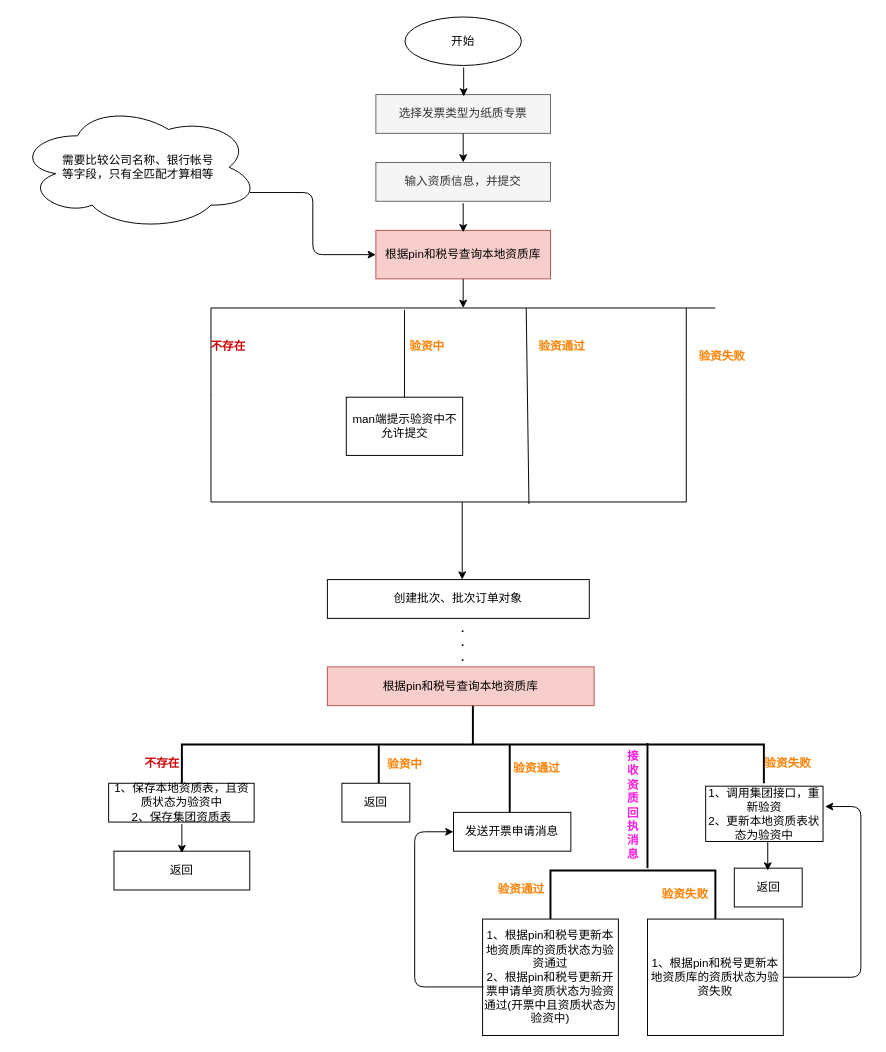
Above: C票验资逻辑.drawio in baiymfkese/doc (draw.io), before the change. Source tidied: cells renumbered, new cells numbered last; positions are measured from the earlier drawing's top-left corner, leaving out a move shared by most shapes. Both pictures are drawn from the tidied source at 97%, with x=0, y=0 at pixel (16, 16).
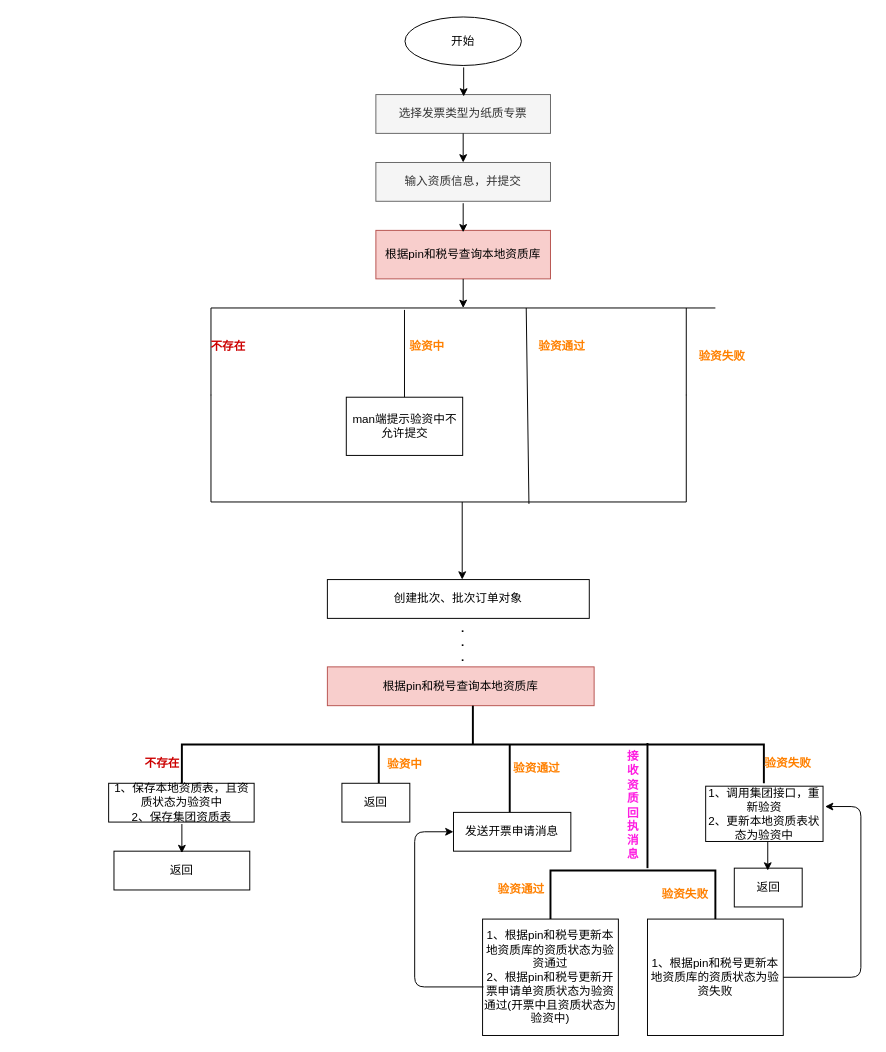
The same page after the edit.

Commit message (it also covers changes not shown here):
Update C票验资逻辑.drawio

The change refers to these unchanged cells:
```xml
<mxCell id="5" value="根据pin和税号查询本地资质库" style="rounded=0;whiteSpace=wrap;html=1;fillColor=#f8cecc;strokeColor=#b85450;" parent="1" vertex="1">
  <mxGeometry x="370" y="220" width="180" height="50" as="geometry" />
</mxCell>
```

The edit, as a diff of the source:
```diff
@@
-    <mxCell id="12" value="需要比较公司名称、银行帐号&lt;br&gt;等字段，只有全匹配才算相等" style="ellipse;shape=cloud;whiteSpace=wrap;html=1;" parent="1" vertex="1">
-      <mxGeometry y="90" width="250" height="130" as="geometry" />
-    </mxCell>
-    <mxCell id="13" style="edgeStyle=elbowEdgeStyle;elbow=vertical;endArrow=classic;html=1;exitX=0.96;exitY=0.7;exitDx=0;exitDy=0;exitPerimeter=0;" parent="1" edge="1" source="12" target="5">
-      <mxGeometry relative="1" as="geometry" />
-    </mxCell>
```
